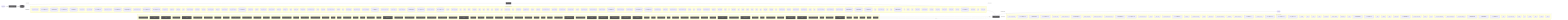
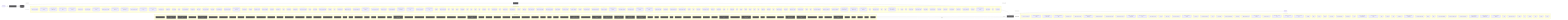
flowchart LR
  UserQ(["👤 User Query"])
  Embed["📐 Embedding Model"]
  VecDB[("📚 Vector Store")]
  Retriever["🔍 Retriever"]
  LLMNode["🧠 LLM / Generator"]
  Output(["✅ Response"])
  UserQ -->|query| Embed
  Embed -->|vector| VecDB
  VecDB -->|top-k chunks| Retriever
  Retriever -->|context + query| LLMNode
  LLMNode -->|generated answer| Output
  subgraph DetectedMemory["Detected memory stores"]
    det_detectedmemory_check_gitbook_readiness_33bdca76[("check-gitbook-readiness")]
    det_detectedmemory_check_steering_feedback_contract_80134459[("check-steering-feedback-contract")]
    det_detectedmemory_prompt_context_drift_validate_runner_c8ecc6f5[("prompt-context-drift-validate-runner")]
    det_detectedmemory_prompt_context_drift_write_runner_69e6a4fd[("prompt-context-drift-write-runner")]
    det_detectedmemory_normalize_workflow_contracts_8701f1c8[("normalize-workflow-contracts")]
    det_detectedmemory_run_harness_evals_77704768[("run-harness-evals")]
    det_detectedmemory_sync_codex_preflight_7e7a8dc2[("sync-codex-preflight")]
    det_detectedmemory_test_harness_upgrade_matrix_84113c4e[("test-harness-upgrade-matrix")]
    det_detectedmemory_validate_prompt_context_drift_8c949ef6[("validate-prompt-context-drift")]
    det_detectedmemory_validate_runtime_packet_schemas_bc3ba8ec[("validate-runtime-packet-schemas")]
    det_detectedmemory_validate_system_prompt_gap_adoption_62d8c955[("validate-system-prompt-gap-adoption")]
    det_detectedmemory_validate_workflow_contracts_33dc063c[("validate-workflow-contracts")]
    det_detectedmemory_write_agent_native_ratchet_report_67cdbeea[("write-agent-native-ratchet-report")]
    det_detectedmemory_write_prompt_context_drift_report_71a4e149[("write-prompt-context-drift-report")]
    det_detectedmemory_branch_protect_core_a8feb0fd[("branch-protect-core")]
    det_detectedmemory_ci_migrate_core_7005b5af[("ci-migrate-core")]
    det_detectedmemory_context_health_80bb7da9[("context-health")]
    det_detectedmemory_context_ea7792a2[("context")]
    det_detectedmemory_docs_gate_classification_2f51c90b[("docs-gate-classification")]
    det_detectedmemory_docs_gate_types_d285abb6[("docs-gate-types")]
    det_detectedmemory_index_context_de3ed39d[("index-context")]
    det_detectedmemory_local_memory_preflight_dcc36c42[("local-memory-preflight")]
    det_detectedmemory_memory_gate_a577a506[("memory-gate")]
    det_detectedmemory_next_orientation_meta_3a6af72b[("next-orientation-meta")]
    det_detectedmemory_next_prompt_context_drift_3c5a93d5[("next-prompt-context-drift")]
    det_detectedmemory_next_recommendation_decisions_03315dd4[("next-recommendation-decisions")]
    det_detectedmemory_next_runner_state_be6fe997[("next-runner-state")]
    det_detectedmemory_next_runner_41643472[("next-runner")]
    det_detectedmemory_next_synaipse_context_8436b36b[("next-synaipse-context")]
    det_detectedmemory_pattern_scope_siblings_43abe000[("pattern-scope-siblings")]
    det_detectedmemory_review_context_ca6cf81d[("review-context")]
    det_detectedmemory_review_gate_core_4c8001f9[("review-gate-core")]
    det_detectedmemory_search_24193290[("search")]
    det_detectedmemory_session_context_e5ec72c0[("session-context")]
    det_detectedmemory_tooling_audit_core_328d6a41[("tooling-audit-core")]
    det_detectedmemory_run_local_memory_preflight_36e92808[("run-local-memory-preflight")]
    det_detectedmemory_checker_d2d2328e[("checker")]
    det_detectedmemory_context_health_1_ceb11829[("context-health")]
    det_detectedmemory_prompt_context_drift_surface_c1e30b42[("prompt-context-drift-surface")]
    det_detectedmemory_test_fixtures_c2f936b0[("test-fixtures")]
    det_detectedmemory_types_2_d9bc6e7a[("types")]
    det_detectedmemory_branch_protect_sync_570adb18[("branch-protect-sync")]
    det_detectedmemory_builtin_command_specs_ac7d392e[("builtin-command-specs")]
    det_detectedmemory_command_capability_rules_ca3f496a[("command-capability-rules")]
    det_detectedmemory_command_expected_artifacts_6469c2fb[("command-expected-artifacts")]
    det_detectedmemory_command_invocation_effects_fbc96da5[("command-invocation-effects")]
    det_detectedmemory_command_specs_core_1c0ffc99[("command-specs-core")]
    det_detectedmemory_command_visibility_rules_83c6a86a[("command-visibility-rules")]
    det_detectedmemory_local_memory_preflight_command_spec_9e23f3ce[("local-memory-preflight-command-spec")]
    det_detectedmemory_memory_gate_command_spec_dc9001a9[("memory-gate-command-spec")]
    det_detectedmemory_review_gate_command_spec_3187376a[("review-gate-command-spec")]
    det_detectedmemory_session_context_command_spec_973afbb1[("session-context-command-spec")]
    det_detectedmemory_constants_7517017f[("constants")]
    det_detectedmemory_context_compact_policy_3dcaf95d[("context-compact-policy")]
    det_detectedmemory_index_3_7e40d474[("index")]
    det_detectedmemory_indexer_70fa78e5[("indexer")]
    det_detectedmemory_init_error_5c7dd49f[("init-error")]
    det_detectedmemory_lexical_fallback_723e2b3e[("lexical-fallback")]
    det_detectedmemory_ollama_76e3c7bf[("ollama")]
    det_detectedmemory_rollout_a4fa034c[("rollout")]
    det_detectedmemory_sources_878a52fc[("sources")]
    det_detectedmemory_store_824d80d7[("store")]
    det_detectedmemory_sync_contract_c79fa191[("sync-contract")]
    det_detectedmemory_types_8_f6283648[("types")]
    det_detectedmemory_harness_run_context_ac7c77a9[("harness-run-context")]
    det_detectedmemory_index_4_013aa0e3[("index")]
    det_detectedmemory_json_schema_core_96d7e328[("json-schema-core")]
    det_detectedmemory_policy_validators_core_714a3fe7[("policy-validators-core")]
    det_detectedmemory_types_core_e405ddca[("types-core")]
    det_detectedmemory_validator_core_4358f8ba[("validator-core")]
+     det_detectedmemory_harness_decision_types_6e63df74[("harness-decision-types")]
+     det_detectedmemory_harness_decision_validation_3c4db687[("harness-decision-validation")]
    det_detectedmemory_archive_candidates_scanner_d0931789[("archive-candidates-scanner")]
    det_detectedmemory_archive_candidates_dc0e40e1[("archive-candidates")]
    det_detectedmemory_docs_task_eval_contract_79347457[("docs-task-eval-contract")]
    det_detectedmemory_docs_task_eval_fixtures_44902755[("docs-task-eval-fixtures")]
    det_detectedmemory_init_modes_c05ceb07[("init-modes")]
    det_detectedmemory_project_brain_templates_7ef51530[("project-brain-templates")]
    det_detectedmemory_scaffold_diagram_templates_dd88e83c[("scaffold-diagram-templates")]
    det_detectedmemory_scaffold_doc_templates_f6152330[("scaffold-doc-templates")]
    det_detectedmemory_scaffold_environment_templates_c1ceba6a[("scaffold-environment-templates")]
    det_detectedmemory_scaffold_gitbook_templates_76afd03a[("scaffold-gitbook-templates")]
    det_detectedmemory_scaffold_hook_templates_8c74ab50[("scaffold-hook-templates")]
    det_detectedmemory_scaffold_root_command_templates_404fed7f[("scaffold-root-command-templates")]
    det_detectedmemory_scaffold_script_template_registry_69312d4e[("scaffold-script-template-registry")]
    det_detectedmemory_scaffold_shell_templates_0ad0f915[("scaffold-shell-templates")]
    det_detectedmemory_scaffold_surfaces_12d6494e[("scaffold-surfaces")]
    det_detectedmemory_scaffold_template_registry_b1cce2aa[("scaffold-template-registry")]
    det_detectedmemory_scaffold_workflow_template_92310587[("scaffold-workflow-template")]
    det_detectedmemory_eval_seed_5699fd3e[("eval-seed")]
    det_detectedmemory_index_10_f6785a46[("index")]
    det_detectedmemory_review_context_1_e3afed15[("review-context")]
    det_detectedmemory_review_learning_closeout_b7fa3b8e[("review-learning-closeout")]
    det_detectedmemory_memory_gate_1_265164ac[("memory-gate")]
    det_detectedmemory_branch_enforcer_acb749cd[("branch-enforcer")]
    det_detectedmemory_cli_args_5_09ea29f0[("cli-args")]
    det_detectedmemory_cli_7_dc4a9f7f[("cli")]
    det_detectedmemory_metrics_tracker_98cec29c[("metrics-tracker")]
    det_detectedmemory_types_20_071a0112[("types")]
    det_detectedmemory_validator_5_b19ac2be[("validator")]
    det_detectedmemory_classifier_fe1991a9[("classifier")]
    det_detectedmemory_collector_0736fd5b[("collector")]
    det_detectedmemory_context_1_2c2d8aa6[("context")]
    det_detectedmemory_types_22_f3cf4a73[("types")]
    det_detectedmemory_tooling_paths_560ac80d[("tooling-paths")]
    det_detectedmemory_claim_helpers_20dc8387[("claim-helpers")]
    det_detectedmemory_types_26_a5814179[("types")]
    det_detectedmemory_local_memory_smoke_1175abfc[("local-memory-smoke")]
    det_detectedmemory_local_memory_0db17ecc[("local-memory")]
    det_detectedmemory_performance_overload_c685bfcf[("performance-overload")]
    det_detectedmemory_suggestion_generator_0956f794[("suggestion-generator")]
    det_detectedmemory_git_head_7346fd6a[("git-head")]
    det_detectedmemory_index_12_762ec91b[("index")]
    det_detectedmemory_prompt_context_drift_builder_a451c7dd[("prompt-context-drift-builder")]
    det_detectedmemory_prompt_context_drift_report_3257a95c[("prompt-context-drift-report")]
    det_detectedmemory_prompt_context_drift_types_ba6863d4[("prompt-context-drift-types")]
    det_detectedmemory_prompt_context_drift_validation_evidence_21f0336f[("prompt-context-drift-validation-evidence")]
    det_detectedmemory_prompt_context_drift_validation_utils_2285f4ac[("prompt-context-drift-validation-utils")]
    det_detectedmemory_prompt_context_drift_validation_8fc01719[("prompt-context-drift-validation")]
    det_detectedmemory_index_13_97df39c8[("index")]
    det_detectedmemory_prompt_context_receipt_17b862b2[("prompt-context-receipt")]
    det_detectedmemory_types_33_16e22a82[("types")]
    det_detectedmemory_policy_1_fc4198db[("policy")]
    det_detectedmemory_runtime_card_codex_runtime_validation_d8ce9934[("runtime-card-codex-runtime-validation")]
    det_detectedmemory_cli_13_ae2ba749[("cli")]
    det_detectedmemory_collector_1_bc604d2a[("collector")]
    det_detectedmemory_types_36_674380ec[("types")]
    det_detectedmemory_context_contract_aaa6fb53[("context-contract")]
+     det_detectedmemory_context_failure_mapping_3d71c384[("context-failure-mapping")]
+     det_detectedmemory_context_failures_7633ffe2[("context-failures")]
    det_detectedmemory_context_observations_3c057ab7[("context-observations")]
    det_detectedmemory_context_plane_eb195522[("context-plane")]
    det_detectedmemory_context_privacy_d82295ee[("context-privacy")]
    det_detectedmemory_context_projection_e9599558[("context-projection")]
    det_detectedmemory_context_provider_51137c0d[("context-provider")]
+     det_detectedmemory_context_resolution_input_93eb068b[("context-resolution-input")]
    det_detectedmemory_context_task_1d1d0361[("context-task")]
    det_detectedmemory_packet_consolidation_contract_293284fb[("packet-consolidation-contract")]
    det_detectedmemory_state_validation_8c9cb007[("state-validation")]
    det_detectedmemory_state_4ba69735[("state")]
    det_detectedmemory_overload_guard_2748c559[("overload-guard")]
  end
  VecDB -. "implemented by" .-> DetectedMemory
  subgraph DetectedLLM["Detected LLM clients"]
    det_detectedllm_check_codex_agent_roles_5bb2e89b["check-codex-agent-roles"]
    det_detectedllm_check_steering_feedback_contract_80134459["check-steering-feedback-contract"]
    det_detectedllm_prompt_context_drift_validate_runner_c8ecc6f5["prompt-context-drift-validate-runner"]
    det_detectedllm_prompt_context_drift_write_runner_69e6a4fd["prompt-context-drift-write-runner"]
    det_detectedllm_run_harness_evals_77704768["run-harness-evals"]
    det_detectedllm_validate_decision_request_2e5c325e["validate-decision-request"]
    det_detectedllm_validate_goal_completion_audit_receipt_100d252c["validate-goal-completion-audit-receipt"]
    det_detectedllm_validate_packaged_skill_5e32c890["validate-packaged-skill"]
    det_detectedllm_validate_prompt_context_drift_8c949ef6["validate-prompt-context-drift"]
    det_detectedllm_validate_reviewer_coverage_251efee3["validate-reviewer-coverage"]
    det_detectedllm_validate_system_prompt_gap_adoption_62d8c955["validate-system-prompt-gap-adoption"]
    det_detectedllm_write_prompt_context_drift_report_71a4e149["write-prompt-context-drift-report"]
    det_detectedllm_check_environment_core_2c16213f["check-environment-core"]
    det_detectedllm_context_ea7792a2["context"]
    det_detectedllm_index_context_de3ed39d["index-context"]
    det_detectedllm_next_prompt_context_drift_3c5a93d5["next-prompt-context-drift"]
    det_detectedllm_next_recommendation_decisions_03315dd4["next-recommendation-decisions"]
    det_detectedllm_prompt_gate_c5e9d207["prompt-gate"]
    det_detectedllm_remediate_runner_helpers_929fedcc["remediate-runner-helpers"]
    det_detectedllm_search_24193290["search"]
    det_detectedllm_context_health_1_ceb11829["context-health"]
    det_detectedllm_prompt_context_drift_surface_c1e30b42["prompt-context-drift-surface"]
    det_detectedllm_test_fixtures_c2f936b0["test-fixtures"]
    det_detectedllm_builtin_command_specs_ac7d392e["builtin-command-specs"]
    det_detectedllm_command_expected_artifacts_6469c2fb["command-expected-artifacts"]
    det_detectedllm_command_specs_core_1c0ffc99["command-specs-core"]
    det_detectedllm_pilot_evaluate_command_spec_1084ea72["pilot-evaluate-command-spec"]
    det_detectedllm_pilot_rollback_command_spec_4fe69f7d["pilot-rollback-command-spec"]
    det_detectedllm_prompt_gate_command_spec_9a941482["prompt-gate-command-spec"]
    det_detectedllm_constants_7517017f["constants"]
    det_detectedllm_index_3_7e40d474["index"]
    det_detectedllm_indexer_70fa78e5["indexer"]
    det_detectedllm_ollama_76e3c7bf["ollama"]
    det_detectedllm_sync_contract_c79fa191["sync-contract"]
    det_detectedllm_north_star_validators_cfc926ce["north-star-validators"]
    det_detectedllm_hilt_boundary_9b36fb15["hilt-boundary"]
    det_detectedllm_types_10_75e5a4a0["types"]
    det_detectedllm_goal_completion_audit_receipt_validation_9d0f4891["goal-completion-audit-receipt-validation"]
    det_detectedllm_goal_completion_audit_receipt_5e4939c3["goal-completion-audit-receipt"]
    det_detectedllm_index_5_522f772a["index"]
    det_detectedllm_constants_1_a84e15f0["constants"]
    det_detectedllm_types_18_37582e2a["types"]
    det_detectedllm_sensitive_text_7c11f760["sensitive-text"]
    det_detectedllm_pr_template_linked_issue_relationship_a7b61f2c["pr-template-linked-issue-relationship"]
    det_detectedllm_pr_template_validator_rules_20a32d6b["pr-template-validator-rules"]
    det_detectedllm_git_head_7346fd6a["git-head"]
    det_detectedllm_index_12_762ec91b["index"]
    det_detectedllm_prompt_context_drift_builder_a451c7dd["prompt-context-drift-builder"]
    det_detectedllm_prompt_context_drift_report_3257a95c["prompt-context-drift-report"]
    det_detectedllm_prompt_context_drift_types_ba6863d4["prompt-context-drift-types"]
    det_detectedllm_prompt_context_drift_validation_evidence_21f0336f["prompt-context-drift-validation-evidence"]
    det_detectedllm_prompt_context_drift_validation_utils_2285f4ac["prompt-context-drift-validation-utils"]
    det_detectedllm_prompt_context_drift_validation_8fc01719["prompt-context-drift-validation"]
    det_detectedllm_index_13_97df39c8["index"]
    det_detectedllm_prompt_context_receipt_17b862b2["prompt-context-receipt"]
    det_detectedllm_cli_args_9_9c136878["cli-args"]
    det_detectedllm_cli_12_01c06c37["cli"]
    det_detectedllm_sections_4697ef32["sections"]
    det_detectedllm_types_29_929d5a70["types"]
    det_detectedllm_validator_7_f836eb0e["validator"]
    det_detectedllm_cli_args_10_861cdd3f["cli-args"]
  end
  LLMNode -. "implemented by" .-> DetectedLLM
  subgraph DetectedTools["Agentic tool calls"]
    det_detectedtools_check_codex_agent_roles_5bb2e89b["🔧 check-codex-agent-roles"]
    det_detectedtools_check_steering_feedback_contract_80134459["🔧 check-steering-feedback-contract"]
    det_detectedtools_check_tooling_baseline_parity_3124b30a["🔧 check-tooling-baseline-parity"]
    det_detectedtools_run_harness_evals_77704768["🔧 run-harness-evals"]
    det_detectedtools_validate_action_review_receipt_fa2f06c3["🔧 validate-action-review-receipt"]
    det_detectedtools_validate_packaged_skill_5e32c890["🔧 validate-packaged-skill"]
    det_detectedtools_validate_replay_packet_f309747e["🔧 validate-replay-packet"]
    det_detectedtools_ci_migrate_core_7005b5af["🔧 ci-migrate-core"]
    det_detectedtools_doctor_checks_5a2eb2b9["🔧 doctor-checks"]
    det_detectedtools_doctor_github_tool_check_e0a938df["🔧 doctor-github-tool-check"]
    det_detectedtools_doctor_github_tool_checks_a53b0382["🔧 doctor-github-tool-checks"]
    det_detectedtools_doctor_tool_checks_4acac51a["🔧 doctor-tool-checks"]
    det_detectedtools_fleet_plan_repo_ecdc6499["🔧 fleet-plan-repo"]
    det_detectedtools_next_blocked_decisions_4140ad2b["🔧 next-blocked-decisions"]
    det_detectedtools_next_pr_closeout_contract_af31d30a["🔧 next-pr-closeout-contract"]
    det_detectedtools_policy_gate_213f7313["🔧 policy-gate"]
    det_detectedtools_remediate_cli_output_cc165396["🔧 remediate-cli-output"]
    det_detectedtools_remediate_runner_helpers_929fedcc["🔧 remediate-runner-helpers"]
    det_detectedtools_review_gate_core_4c8001f9["🔧 review-gate-core"]
    det_detectedtools_index_1bc04b52["🔧 index"]
    det_detectedtools_types_1_4ecdf56e["🔧 types"]
    det_detectedtools_validation_constants_e002a0f6["🔧 validation-constants"]
    det_detectedtools_validation_98c41dcd["🔧 validation"]
    det_detectedtools_checker_d2d2328e["🔧 checker"]
    det_detectedtools_shared_state_policy_edc9c4db["🔧 shared-state-policy"]
    det_detectedtools_cli_args_1_6144b055["🔧 cli-args"]
    det_detectedtools_command_agent_native_capability_rules_b491ef6c["🔧 command-agent-native-capability-rules"]
    det_detectedtools_command_capabilities_a4d5c71e["🔧 command-capabilities"]
    det_detectedtools_command_capability_rules_ca3f496a["🔧 command-capability-rules"]
    det_detectedtools_command_visibility_rules_83c6a86a["🔧 command-visibility-rules"]
    det_detectedtools_linear_command_actions_e430f4f4["🔧 linear-command-actions"]
    det_detectedtools_linear_command_runner_4a740dfc["🔧 linear-command-runner"]
    det_detectedtools_policy_validators_core_714a3fe7["🔧 policy-validators-core"]
    det_detectedtools_shared_state_action_validator_e7b128cd["🔧 shared-state-action-validator"]
    det_detectedtools_types_core_e405ddca["🔧 types-core"]
    det_detectedtools_validator_core_4358f8ba["🔧 validator-core"]
    det_detectedtools_validator_helpers_7b927667["🔧 validator-helpers"]
    det_detectedtools_he_phase_exit_core_1148895b["🔧 he-phase-exit-core"]
    det_detectedtools_environment_runtime_3206f0a8["🔧 environment-runtime"]
    det_detectedtools_observed_skill_usage_ed7d5930["🔧 observed-skill-usage"]
    det_detectedtools_closure_evidence_aaa31467["🔧 closure-evidence"]
    det_detectedtools_pr_creator_dc6b1ea4["🔧 pr-creator"]
    det_detectedtools_client_948fe603["🔧 client"]
    det_detectedtools_init_output_360dce91["🔧 init-output"]
    det_detectedtools_scaffold_ci_templates_2afd6392["🔧 scaffold-ci-templates"]
    det_detectedtools_scaffold_codex_environment_templates_334fbbed["🔧 scaffold-codex-environment-templates"]
    det_detectedtools_scaffold_config_templates_4b80ce53["🔧 scaffold-config-templates"]
    det_detectedtools_scaffold_environment_templates_c1ceba6a["🔧 scaffold-environment-templates"]
    det_detectedtools_scaffold_github_actions_pr_pipeline_renderer_1ee18de5["🔧 scaffold-github-actions-pr-pipeline-renderer"]
    det_detectedtools_scaffold_github_actions_pr_pipeline_template_e2b85f62["🔧 scaffold-github-actions-pr-pipeline-template"]
    det_detectedtools_scaffold_package_command_template_80e32e83["🔧 scaffold-package-command-template"]
    det_detectedtools_scaffold_release_private_npm_template_075499f8["🔧 scaffold-release-private-npm-template"]
    det_detectedtools_constants_1_a84e15f0["🔧 constants"]
    det_detectedtools_index_9_32dd4d91["🔧 index"]
    det_detectedtools_validation_common_6161e48b["🔧 validation-common"]
    det_detectedtools_cli_7_dc4a9f7f["🔧 cli"]
    det_detectedtools_metrics_tracker_98cec29c["🔧 metrics-tracker"]
    det_detectedtools_normalise_renderer_85f2e563["🔧 normalise-renderer"]
    det_detectedtools_evaluation_engine_core_e054fe49["🔧 evaluation-engine-core"]
    det_detectedtools_tooling_baseline_50ab2eeb["🔧 tooling-baseline"]
    det_detectedtools_tooling_paths_560ac80d["🔧 tooling-paths"]
    det_detectedtools_prompt_context_drift_report_3257a95c["🔧 prompt-context-drift-report"]
    det_detectedtools_prompt_context_drift_types_ba6863d4["🔧 prompt-context-drift-types"]
    det_detectedtools_prompt_context_drift_validation_utils_2285f4ac["🔧 prompt-context-drift-validation-utils"]
    det_detectedtools_replay_packet_a1293f88["🔧 replay-packet"]
    det_detectedtools_index_14_d982116c["🔧 index"]
    det_detectedtools_review_lifecycle_contract_e5447221["🔧 review-lifecycle-contract"]
    det_detectedtools_review_lifecycle_89afa64c["🔧 review-lifecycle"]
    det_detectedtools_runtime_card_codex_runtime_validation_d8ce9934["🔧 runtime-card-codex-runtime-validation"]
    det_detectedtools_runtime_card_codex_runtime_0655e230["🔧 runtime-card-codex-runtime"]
    det_detectedtools_runtime_evidence_bundle_d471a232["🔧 runtime-evidence-bundle"]
    det_detectedtools_types_38_e8efcd57["🔧 types"]
    det_detectedtools_transition_contract_0732d034["🔧 transition-contract"]
    det_detectedtools_transition_recovery_validation_e06db55b["🔧 transition-recovery-validation"]
    det_detectedtools_transition_70dd37c1["🔧 transition"]
    det_detectedtools_index_17_642943a2["🔧 index"]
    det_detectedtools_projection_1b250ea1["🔧 projection"]
    det_detectedtools_types_40_c7e41f89["🔧 types"]
    det_detectedtools_validation_8_b9fa10af["🔧 validation"]
  end
  LLMNode -->|tool use| DetectedTools
  DetectedTools -->|result| LLMNode
  classDef memNode fill:#555,color:#fff
  class VecDB,Retriever memNode
  classDef llmNode fill:#555,color:#fff
  class LLMNode,Embed llmNode
  classDef toolNode fill:#555,color:#fff
  class det_detectedtools_check_codex_agent_roles_5bb2e89b,det_detectedtools_check_steering_feedback_contract_80134459,det_detectedtools_check_tooling_baseline_parity_3124b30a,det_detectedtools_run_harness_evals_77704768,det_detectedtools_validate_action_review_receipt_fa2f06c3,det_detectedtools_validate_packaged_skill_5e32c890,det_detectedtools_validate_replay_packet_f309747e,det_detectedtools_ci_migrate_core_7005b5af,det_detectedtools_doctor_checks_5a2eb2b9,det_detectedtools_doctor_github_tool_check_e0a938df,det_detectedtools_doctor_github_tool_checks_a53b0382,det_detectedtools_doctor_tool_checks_4acac51a,det_detectedtools_fleet_plan_repo_ecdc6499,det_detectedtools_next_blocked_decisions_4140ad2b,det_detectedtools_next_pr_closeout_contract_af31d30a,det_detectedtools_policy_gate_213f7313,det_detectedtools_remediate_cli_output_cc165396,det_detectedtools_remediate_runner_helpers_929fedcc,det_detectedtools_review_gate_core_4c8001f9,det_detectedtools_index_1bc04b52,det_detectedtools_types_1_4ecdf56e,det_detectedtools_validation_constants_e002a0f6,det_detectedtools_validation_98c41dcd,det_detectedtools_checker_d2d2328e,det_detectedtools_shared_state_policy_edc9c4db,det_detectedtools_cli_args_1_6144b055,det_detectedtools_command_agent_native_capability_rules_b491ef6c,det_detectedtools_command_capabilities_a4d5c71e,det_detectedtools_command_capability_rules_ca3f496a,det_detectedtools_command_visibility_rules_83c6a86a,det_detectedtools_linear_command_actions_e430f4f4,det_detectedtools_linear_command_runner_4a740dfc,det_detectedtools_policy_validators_core_714a3fe7,det_detectedtools_shared_state_action_validator_e7b128cd,det_detectedtools_types_core_e405ddca,det_detectedtools_validator_core_4358f8ba,det_detectedtools_validator_helpers_7b927667,det_detectedtools_he_phase_exit_core_1148895b,det_detectedtools_environment_runtime_3206f0a8,det_detectedtools_observed_skill_usage_ed7d5930,det_detectedtools_closure_evidence_aaa31467,det_detectedtools_pr_creator_dc6b1ea4,det_detectedtools_client_948fe603,det_detectedtools_init_output_360dce91,det_detectedtools_scaffold_ci_templates_2afd6392,det_detectedtools_scaffold_codex_environment_templates_334fbbed,det_detectedtools_scaffold_config_templates_4b80ce53,det_detectedtools_scaffold_environment_templates_c1ceba6a,det_detectedtools_scaffold_github_actions_pr_pipeline_renderer_1ee18de5,det_detectedtools_scaffold_github_actions_pr_pipeline_template_e2b85f62,det_detectedtools_scaffold_package_command_template_80e32e83,det_detectedtools_scaffold_release_private_npm_template_075499f8,det_detectedtools_constants_1_a84e15f0,det_detectedtools_index_9_32dd4d91,det_detectedtools_validation_common_6161e48b,det_detectedtools_cli_7_dc4a9f7f,det_detectedtools_metrics_tracker_98cec29c,det_detectedtools_normalise_renderer_85f2e563,det_detectedtools_evaluation_engine_core_e054fe49,det_detectedtools_tooling_baseline_50ab2eeb,det_detectedtools_tooling_paths_560ac80d,det_detectedtools_prompt_context_drift_report_3257a95c,det_detectedtools_prompt_context_drift_types_ba6863d4,det_detectedtools_prompt_context_drift_validation_utils_2285f4ac,det_detectedtools_replay_packet_a1293f88,det_detectedtools_index_14_d982116c,det_detectedtools_review_lifecycle_contract_e5447221,det_detectedtools_review_lifecycle_89afa64c,det_detectedtools_runtime_card_codex_runtime_validation_d8ce9934,det_detectedtools_runtime_card_codex_runtime_0655e230,det_detectedtools_runtime_evidence_bundle_d471a232,det_detectedtools_types_38_e8efcd57,det_detectedtools_transition_contract_0732d034,det_detectedtools_transition_recovery_validation_e06db55b,det_detectedtools_transition_70dd37c1,det_detectedtools_index_17_642943a2,det_detectedtools_projection_1b250ea1,det_detectedtools_types_40_c7e41f89,det_detectedtools_validation_8_b9fa10af toolNode
